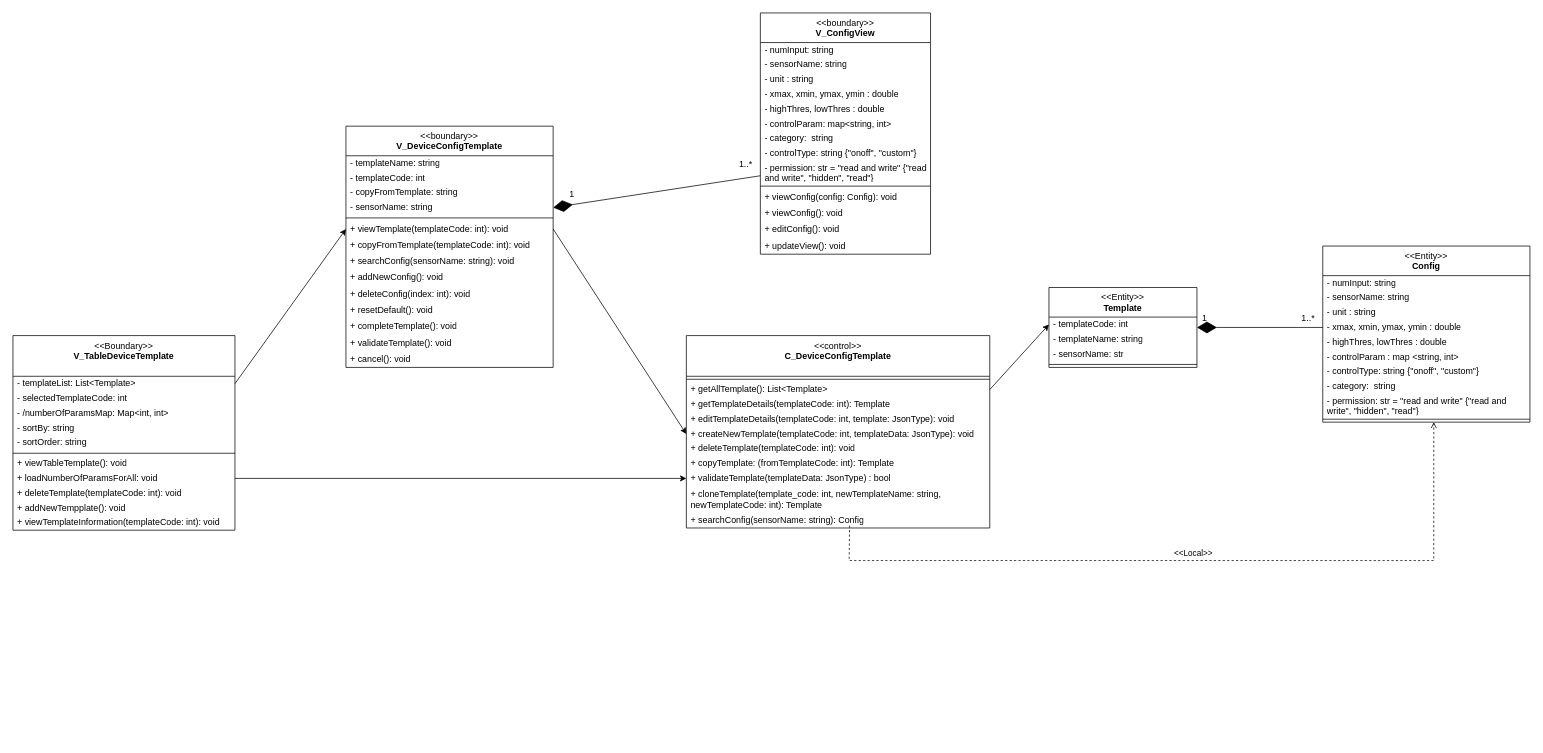
Earlier version of the draw.io diagram Class diagram/type_device_management_class.drawio (cuongceg/BTL-IT3120). Source tidied: cells renumbered, new cells numbered last; positions are measured from the earlier drawing's top-left corner, leaving out a move shared by most shapes. Both pictures are drawn from the tidied source at 74%, with x=0, y=0 at pixel (13, 13).
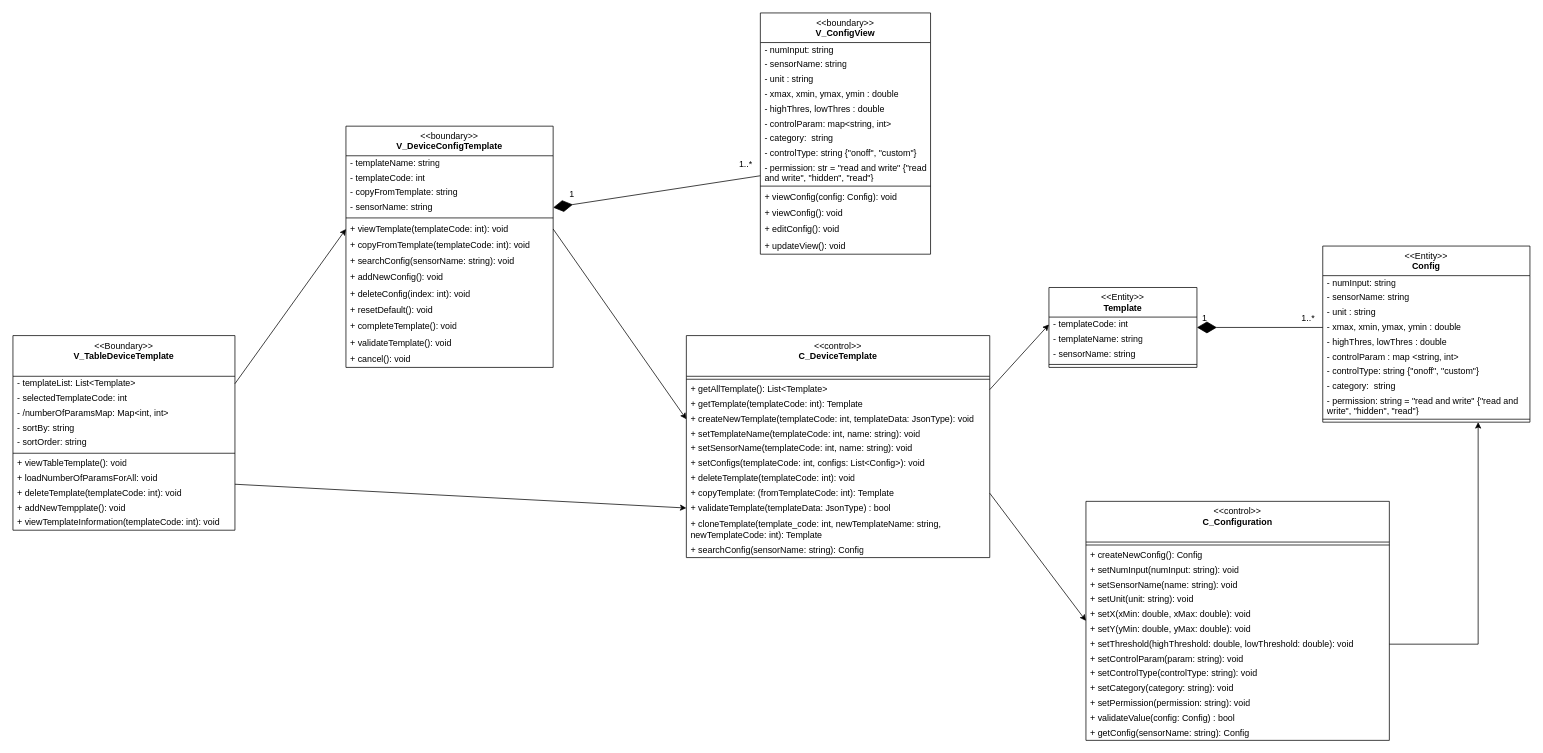
Above is the later version.

Commit message:
refactor: added C_Configuration and updated some functions of C_DeviceTemplate

Unchanged cells that the change refers to:
```xml
<mxCell id="28" value="&amp;lt;&amp;lt;Entity&amp;gt;&amp;gt;&lt;br&gt;&lt;b&gt;Template&lt;/b&gt;&lt;div&gt;&lt;br&gt;&lt;/div&gt;" style="swimlane;fontStyle=0;align=center;verticalAlign=top;horizontal=1;startSize=40;html=1;whiteSpace=wrap;" parent="1" vertex="1">
  <mxGeometry x="1400" y="371" width="200" height="108" as="geometry" />
</mxCell>
<mxCell id="33" value="&amp;lt;&amp;lt;Entity&amp;gt;&amp;gt;&lt;br&gt;&lt;b&gt;Config&lt;/b&gt;&lt;div&gt;&lt;br&gt;&lt;/div&gt;" style="swimlane;fontStyle=0;align=center;verticalAlign=top;horizontal=1;startSize=40;html=1;whiteSpace=wrap;" parent="1" vertex="1">
  <mxGeometry x="1770" y="315" width="280" height="238" as="geometry" />
</mxCell>
<mxCell id="43" style="line;strokeWidth=1;fillColor=none;align=left;verticalAlign=middle;spacingTop=-1;spacingLeft=3;spacingRight=3;labelPosition=right;points=[];portConstraint=eastwest;" parent="33" vertex="1">
  <mxGeometry y="230" width="280" height="8" as="geometry" />
</mxCell>
```

Change to the diagram source:
```diff
@@
-    <mxCell id="17" value="&amp;lt;&amp;lt;control&amp;gt;&amp;gt;&lt;br&gt;&lt;b&gt;C_DeviceConfigTemplate&lt;/b&gt;&lt;div&gt;&lt;br&gt;&lt;/div&gt;" style="swimlane;fontStyle=0;align=center;verticalAlign=top;horizontal=1;startSize=55;html=1;whiteSpace=wrap;" parent="1" vertex="1">
-      <mxGeometry x="910" y="436" width="410" height="260" as="geometry" />
+    <mxCell id="17" value="&amp;lt;&amp;lt;control&amp;gt;&amp;gt;&lt;br&gt;&lt;b&gt;C_DeviceTemplate&lt;/b&gt;&lt;div&gt;&lt;br&gt;&lt;/div&gt;" style="swimlane;fontStyle=0;align=center;verticalAlign=top;horizontal=1;startSize=55;html=1;whiteSpace=wrap;" parent="1" vertex="1">
+      <mxGeometry x="910" y="436" width="410" height="300" as="geometry" />
     </mxCell>
@@
-    <mxCell id="20" value="&lt;div&gt;+ getTemplateDetails(templateCode: int): Template&lt;/div&gt;&lt;div&gt;&lt;br&gt;&lt;/div&gt;" style="text;html=1;strokeColor=none;fillColor=none;align=left;verticalAlign=middle;spacingLeft=4;spacingRight=4;overflow=hidden;whiteSpace=wrap;" parent="17" vertex="1">
+    <mxCell id="20" value="&lt;div&gt;+ getTemplate(templateCode: int): Template&lt;/div&gt;&lt;div&gt;&lt;br&gt;&lt;/div&gt;" style="text;html=1;strokeColor=none;fillColor=none;align=left;verticalAlign=middle;spacingLeft=4;spacingRight=4;overflow=hidden;whiteSpace=wrap;" parent="17" vertex="1">
       <mxGeometry y="83" width="410" height="20" as="geometry" />
     </mxCell>
+    <mxCell id="22" value="&lt;div&gt;+ createNewTemplate(templateCode: int, templateData: JsonType): void&lt;/div&gt;&lt;div&gt;&lt;br&gt;&lt;/div&gt;" style="text;html=1;strokeColor=none;fillColor=none;align=left;verticalAlign=middle;spacingLeft=4;spacingRight=4;overflow=hidden;points=[[0,0.5],[1,0.5]];portConstraint=eastwest;whiteSpace=wrap;" parent="17" vertex="1">
+      <mxGeometry y="103" width="410" height="20" as="geometry" />
+    </mxCell>
-    <mxCell id="21" value="&lt;div&gt;+ editTemplateDetails(templateCode: int, template: JsonType): void&lt;/div&gt;&lt;div&gt;&lt;br&gt;&lt;/div&gt;" style="text;html=1;strokeColor=none;fillColor=none;align=left;verticalAlign=middle;spacingLeft=4;spacingRight=4;overflow=hidden;whiteSpace=wrap;" parent="17" vertex="1">
-      <mxGeometry y="103" width="410" height="20" as="geometry" />
+    <mxCell id="21" value="&lt;div&gt;+ setTemplateName(templateCode: int, name: string): void&lt;/div&gt;&lt;div&gt;&lt;br&gt;&lt;/div&gt;" style="text;html=1;strokeColor=none;fillColor=none;align=left;verticalAlign=middle;spacingLeft=4;spacingRight=4;overflow=hidden;whiteSpace=wrap;" parent="17" vertex="1">
+      <mxGeometry y="123" width="410" height="20" as="geometry" />
     </mxCell>
-    <mxCell id="22" value="&lt;div&gt;+ createNewTemplate(templateCode: int, templateData: JsonType): void&lt;/div&gt;&lt;div&gt;&lt;br&gt;&lt;/div&gt;" style="text;html=1;strokeColor=none;fillColor=none;align=left;verticalAlign=middle;spacingLeft=4;spacingRight=4;overflow=hidden;points=[[0,0.5],[1,0.5]];portConstraint=eastwest;whiteSpace=wrap;" parent="17" vertex="1">
-      <mxGeometry y="123" width="410" height="20" as="geometry" />
-    </mxCell>
+    <mxCell id="82" value="&lt;div&gt;+ setSensorName(templateCode: int, name: string): void&lt;/div&gt;&lt;div&gt;&lt;br&gt;&lt;/div&gt;" style="text;html=1;strokeColor=none;fillColor=none;align=left;verticalAlign=middle;spacingLeft=4;spacingRight=4;overflow=hidden;whiteSpace=wrap;" parent="17" vertex="1">
+      <mxGeometry y="143" width="410" height="20" as="geometry" />
+    </mxCell>
+    <mxCell id="83" value="&lt;div&gt;+ setConfigs(templateCode: int, configs: List&amp;lt;Config&amp;gt;): void&lt;/div&gt;&lt;div&gt;&lt;br&gt;&lt;/div&gt;" style="text;html=1;strokeColor=none;fillColor=none;align=left;verticalAlign=middle;spacingLeft=4;spacingRight=4;overflow=hidden;whiteSpace=wrap;" parent="17" vertex="1">
+      <mxGeometry y="163" width="410" height="20" as="geometry" />
+    </mxCell>
     <mxCell id="23" value="+ deleteTemplate(templateCode: int): void" style="text;html=1;strokeColor=none;fillColor=none;align=left;verticalAlign=middle;spacingLeft=4;spacingRight=4;overflow=hidden;whiteSpace=wrap;" parent="17" vertex="1">
-      <mxGeometry y="143" width="410" height="20" as="geometry" />
+      <mxGeometry y="183" width="410" height="20" as="geometry" />
     </mxCell>
     <mxCell id="24" value="&lt;div&gt;+ copyTemplate: (fromTemplateCode: int): Template&amp;nbsp;&lt;/div&gt;" style="text;html=1;strokeColor=none;fillColor=none;align=left;verticalAlign=middle;spacingLeft=4;spacingRight=4;overflow=hidden;points=[[0,0.5],[1,0.5]];portConstraint=eastwest;whiteSpace=wrap;" parent="17" vertex="1">
-      <mxGeometry y="163" width="410" height="20" as="geometry" />
+      <mxGeometry y="203" width="410" height="20" as="geometry" />
     </mxCell>
     <mxCell id="25" value="+ validateTemplate(templateData: JsonType) : bool" style="text;html=1;strokeColor=none;fillColor=none;align=left;verticalAlign=middle;spacingLeft=4;spacingRight=4;overflow=hidden;points=[[0,0.5],[1,0.5]];portConstraint=eastwest;whiteSpace=wrap;" parent="17" vertex="1">
-      <mxGeometry y="183" width="410" height="20" as="geometry" />
+      <mxGeometry y="223" width="410" height="20" as="geometry" />
     </mxCell>
     <mxCell id="26" value="+ cloneTemplate(template_code: int, newTemplateName: string, newTemplateCode: int): Template" style="text;html=1;strokeColor=none;fillColor=none;align=left;verticalAlign=middle;spacingLeft=4;spacingRight=4;overflow=hidden;whiteSpace=wrap;" parent="17" vertex="1">
-      <mxGeometry y="203" width="410" height="37" as="geometry" />
+      <mxGeometry y="243" width="410" height="37" as="geometry" />
     </mxCell>
     <mxCell id="27" value="+ searchConfig(sensorName: string): Config" style="text;html=1;strokeColor=none;fillColor=none;align=left;verticalAlign=middle;spacingLeft=4;spacingRight=4;overflow=hidden;points=[[0,0.5],[1,0.5]];portConstraint=eastwest;whiteSpace=wrap;" parent="17" vertex="1">
-      <mxGeometry y="240" width="410" height="20" as="geometry" />
+      <mxGeometry y="280" width="410" height="20" as="geometry" />
     </mxCell>
@@
-    <mxCell id="31" value="&lt;div&gt;- sensorName: str&lt;/div&gt;&lt;div&gt;&lt;br&gt;&lt;/div&gt;" style="text;html=1;strokeColor=none;fillColor=none;align=left;verticalAlign=middle;spacingLeft=4;spacingRight=4;overflow=hidden;whiteSpace=wrap;" parent="28" vertex="1">
+    <mxCell id="31" value="&lt;div&gt;- sensorName: string&lt;/div&gt;&lt;div&gt;&lt;br&gt;&lt;/div&gt;" style="text;html=1;strokeColor=none;fillColor=none;align=left;verticalAlign=middle;spacingLeft=4;spacingRight=4;overflow=hidden;whiteSpace=wrap;" parent="28" vertex="1">
       <mxGeometry y="80" width="200" height="20" as="geometry" />
     </mxCell>
@@
-    <mxCell id="42" value="&lt;div&gt;- permission: str = &quot;read and write&quot; {&quot;read and write&quot;, &quot;hidden&quot;, &quot;read&quot;}&lt;/div&gt;" style="text;html=1;strokeColor=none;fillColor=none;align=left;verticalAlign=middle;spacingLeft=4;spacingRight=4;overflow=hidden;whiteSpace=wrap;" parent="33" vertex="1">
+    <mxCell id="42" value="&lt;div&gt;- permission: string = &quot;read and write&quot; {&quot;read and write&quot;, &quot;hidden&quot;, &quot;read&quot;}&lt;/div&gt;" style="text;html=1;strokeColor=none;fillColor=none;align=left;verticalAlign=middle;spacingLeft=4;spacingRight=4;overflow=hidden;whiteSpace=wrap;" parent="33" vertex="1">
       <mxGeometry y="200" width="280" height="30" as="geometry" />
     </mxCell>
@@
-    <mxCell id="80" value="&amp;lt;&amp;lt;Local&amp;gt;&amp;gt;" style="endArrow=open;html=1;rounded=0;align=center;verticalAlign=bottom;dashed=1;endFill=0;labelBackgroundColor=none;entryX=0.536;entryY=1;entryDx=0;entryDy=0;entryPerimeter=0;exitX=0.538;exitY=0.84;exitDx=0;exitDy=0;exitPerimeter=0;" parent="1" edge="1" source="27" target="43">
-      <mxGeometry relative="1" as="geometry">
-        <Array as="points">
-          <mxPoint x="1130" y="740" />
-          <mxPoint x="1920" y="740" />
-        </Array>
-      </mxGeometry>
-    </mxCell>
@@
+    <mxCell id="84" value="&amp;lt;&amp;lt;control&amp;gt;&amp;gt;&lt;br&gt;&lt;b&gt;C_Configuration&lt;/b&gt;&lt;div&gt;&lt;br&gt;&lt;/div&gt;" style="swimlane;fontStyle=0;align=center;verticalAlign=top;horizontal=1;startSize=55;html=1;whiteSpace=wrap;" parent="1" vertex="1">
+      <mxGeometry x="1450" y="660" width="410" height="323" as="geometry" />
+    </mxCell>
+    <mxCell id="85" style="line;strokeWidth=1;fillColor=none;align=left;verticalAlign=middle;spacingTop=-1;spacingLeft=3;spacingRight=3;labelPosition=right;" parent="84" vertex="1">
+      <mxGeometry y="55" width="410" height="8" as="geometry" />
+    </mxCell>
+    <mxCell id="86" value="&lt;div&gt;+ createNewConfig(): Config&lt;/div&gt;&lt;div&gt;&lt;br&gt;&lt;/div&gt;" style="text;html=1;strokeColor=none;fillColor=none;align=left;verticalAlign=middle;spacingLeft=4;spacingRight=4;overflow=hidden;whiteSpace=wrap;" parent="84" vertex="1">
+      <mxGeometry y="63" width="410" height="20" as="geometry" />
+    </mxCell>
+    <mxCell id="87" value="&lt;div&gt;+ setNumInput(numInput: string): void&lt;/div&gt;" style="text;html=1;strokeColor=none;fillColor=none;align=left;verticalAlign=middle;spacingLeft=4;spacingRight=4;overflow=hidden;whiteSpace=wrap;" parent="84" vertex="1">
+      <mxGeometry y="83" width="410" height="20" as="geometry" />
+    </mxCell>
+    <mxCell id="88" value="+ setSensorName(name: string): void" style="text;html=1;strokeColor=none;fillColor=none;align=left;verticalAlign=middle;spacingLeft=4;spacingRight=4;overflow=hidden;whiteSpace=wrap;" parent="84" vertex="1">
+      <mxGeometry y="103" width="410" height="20" as="geometry" />
+    </mxCell>
+    <mxCell id="89" value="+ setUnit(unit: string): void" style="text;html=1;strokeColor=none;fillColor=none;align=left;verticalAlign=middle;spacingLeft=4;spacingRight=4;overflow=hidden;whiteSpace=wrap;" parent="84" vertex="1">
+      <mxGeometry y="123" width="410" height="20" as="geometry" />
+    </mxCell>
+    <mxCell id="90" value="+ setX(xMin: double, xMax: double): void" style="text;html=1;strokeColor=none;fillColor=none;align=left;verticalAlign=middle;spacingLeft=4;spacingRight=4;overflow=hidden;whiteSpace=wrap;" parent="84" vertex="1">
+      <mxGeometry y="143" width="410" height="20" as="geometry" />
+    </mxCell>
+    <mxCell id="91" value="+ setY(yMin: double, yMax: double): void" style="text;html=1;strokeColor=none;fillColor=none;align=left;verticalAlign=middle;spacingLeft=4;spacingRight=4;overflow=hidden;whiteSpace=wrap;" parent="84" vertex="1">
+      <mxGeometry y="163" width="410" height="20" as="geometry" />
+    </mxCell>
+    <mxCell id="92" value="+ setThreshold(highThreshold: double, lowThreshold: double): void" style="text;html=1;strokeColor=none;fillColor=none;align=left;verticalAlign=middle;spacingLeft=4;spacingRight=4;overflow=hidden;points=[[0,0.5],[1,0.5]];portConstraint=eastwest;whiteSpace=wrap;" parent="84" vertex="1">
+      <mxGeometry y="183" width="410" height="20" as="geometry" />
+    </mxCell>
+    <mxCell id="93" value="+ setControlParam(param: string): void" style="text;html=1;strokeColor=none;fillColor=none;align=left;verticalAlign=middle;spacingLeft=4;spacingRight=4;overflow=hidden;whiteSpace=wrap;" parent="84" vertex="1">
+      <mxGeometry y="203" width="410" height="20" as="geometry" />
+    </mxCell>
+    <mxCell id="94" value="+ setControlType(controlType: string): void" style="text;html=1;strokeColor=none;fillColor=none;align=left;verticalAlign=middle;spacingLeft=4;spacingRight=4;overflow=hidden;whiteSpace=wrap;" parent="84" vertex="1">
+      <mxGeometry y="223" width="410" height="20" as="geometry" />
+    </mxCell>
+    <mxCell id="95" value="+ setCategory(category: string): void" style="text;html=1;strokeColor=none;fillColor=none;align=left;verticalAlign=middle;spacingLeft=4;spacingRight=4;overflow=hidden;whiteSpace=wrap;" parent="84" vertex="1">
+      <mxGeometry y="243" width="410" height="20" as="geometry" />
+    </mxCell>
+    <mxCell id="96" value="+ setPermission(permission: string): void" style="text;html=1;strokeColor=none;fillColor=none;align=left;verticalAlign=middle;spacingLeft=4;spacingRight=4;overflow=hidden;whiteSpace=wrap;" parent="84" vertex="1">
+      <mxGeometry y="263" width="410" height="20" as="geometry" />
+    </mxCell>
+    <mxCell id="97" value="+ validateValue(config: Config) : bool" style="text;html=1;strokeColor=none;fillColor=none;align=left;verticalAlign=middle;spacingLeft=4;spacingRight=4;overflow=hidden;whiteSpace=wrap;" parent="84" vertex="1">
+      <mxGeometry y="283" width="410" height="20" as="geometry" />
+    </mxCell>
+    <mxCell id="98" value="+ getConfig(sensorName: string): Config" style="text;html=1;strokeColor=none;fillColor=none;align=left;verticalAlign=middle;spacingLeft=4;spacingRight=4;overflow=hidden;whiteSpace=wrap;" parent="84" vertex="1">
+      <mxGeometry y="303" width="410" height="20" as="geometry" />
+    </mxCell>
+    <mxCell id="99" style="rounded=0;jettySize=auto;html=1;exitX=1;exitY=0.5;exitDx=0;exitDy=0;entryX=0;entryY=0.5;entryDx=0;entryDy=0;" parent="1" edge="1" source="24" target="84">
+      <mxGeometry relative="1" as="geometry" />
+    </mxCell>
+    <mxCell id="100" style="edgeStyle=orthogonalEdgeStyle;rounded=0;jettySize=auto;html=1;exitX=1;exitY=0.5;exitDx=0;exitDy=0;entryX=0.75;entryY=1;entryDx=0;entryDy=0;" parent="1" edge="1" source="92" target="33">
+      <mxGeometry relative="1" as="geometry" />
+    </mxCell>
```
